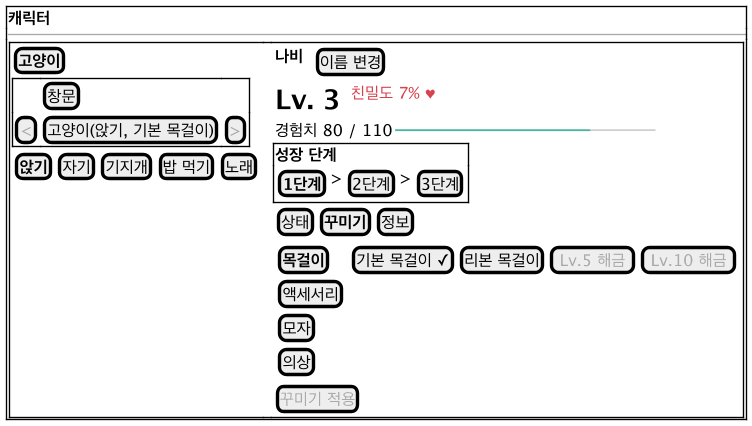
Above: docs/diagrams/ui-character.png in 2026-2-software-system-design-11/planning-pet-app (PlantUML), before the change.
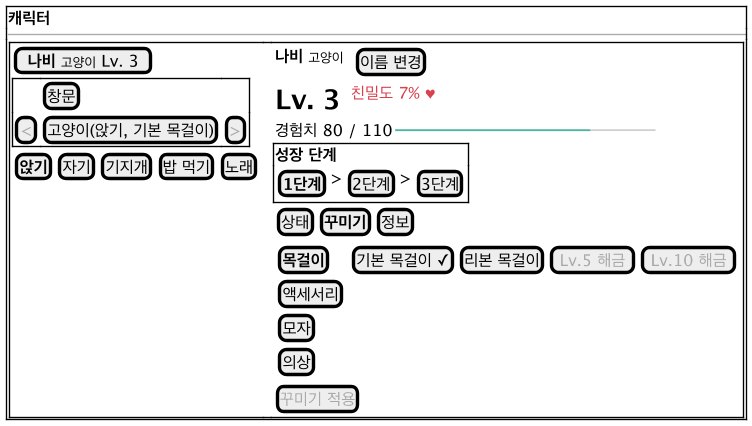
Later version of the same file.

The edit, as a diff of the source:
```diff
@@ -6,14 +6,14 @@
   {
     {+
       {
-        [<b>고양이</b>]
+        [<b>나비</b> <size:10>고양이</size> Lv. 3]
         {+
           . | [창문] | .
           [<color:#AAAAAA><</color>] | [고양이(앉기, 기본 목걸이)] | [<color:#AAAAAA>></color>]
         }
         { [<b>앉기</b>] | [자기] | [기지개] | [밥 먹기] | [노래] }
       } | . | {
-        { <b>나비</b> | . | [이름 변경] }
+        { <b>나비</b> <size:10>고양이</size> | . | [이름 변경] }
         { <size:20><b>Lv. 3</b></size> | . | <color:#D8414E>친밀도 7% ♥</color> }
         { 경험치 80 / 110 | <color:#4DB4A0>━━━━━━━━━━━━</color><color:#CCCCCC>━━━━</color> }
         {+ <b>성장 단계</b>
```
